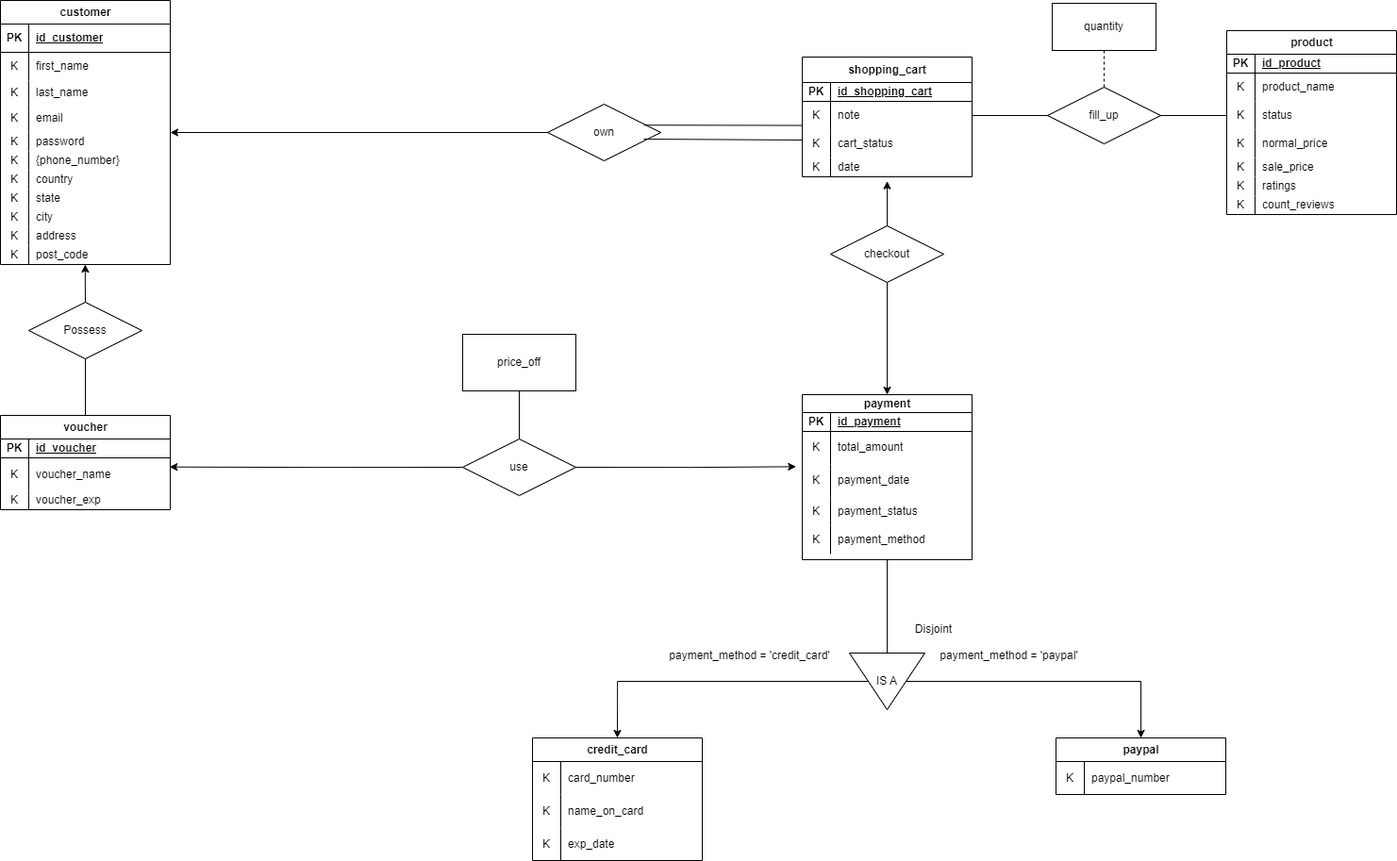
Above: Data Storing/design/ERD_Kokoro.png in wargabasdat/Seleksi-2023-Tugas-1 (draw.io), before the change. Source tidied: cells renumbered, new cells last; positions are measured from the earlier drawing's top-left corner, leaving out a move shared by most shapes.
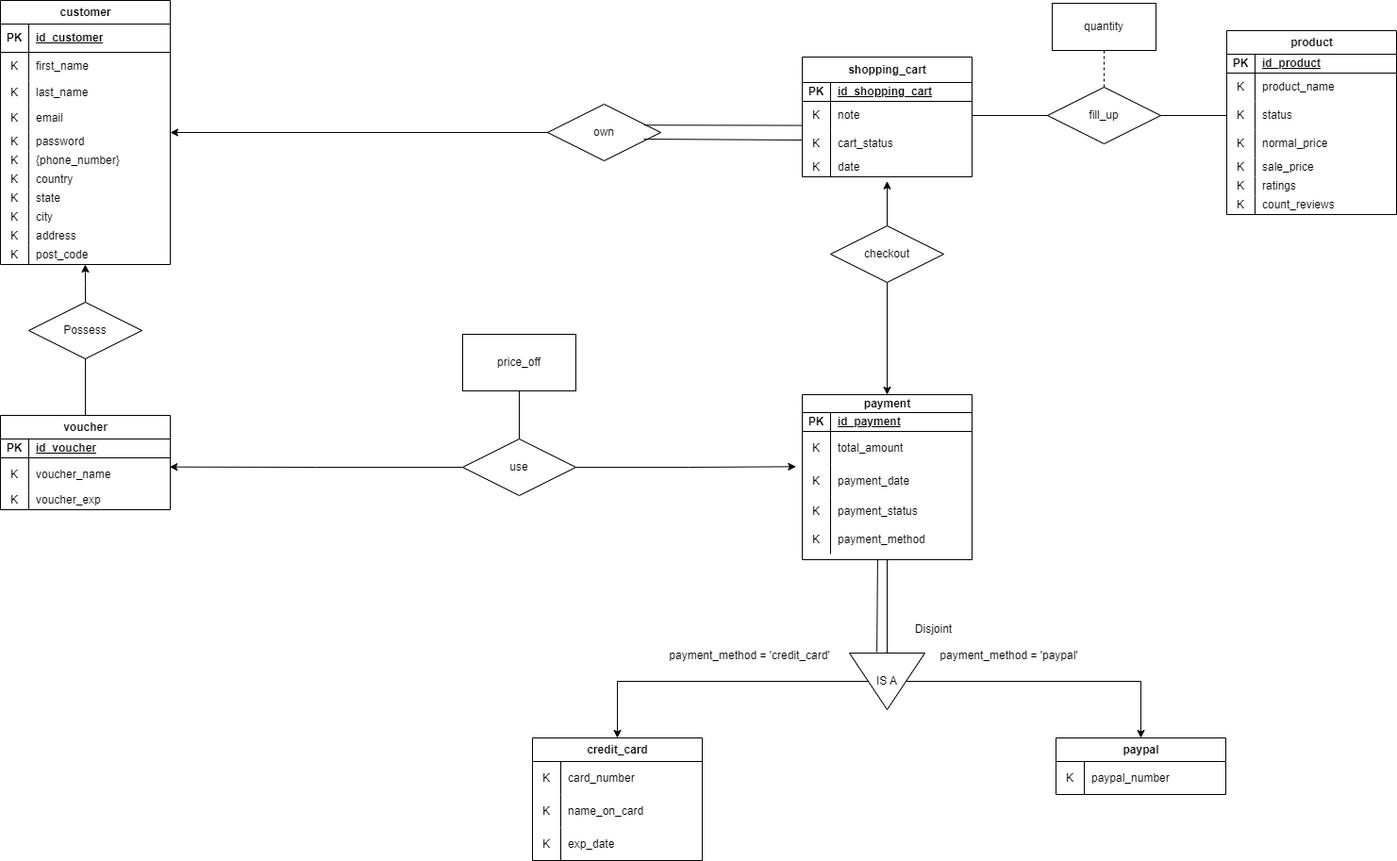
After the change.

Diff of the diagram source:
```diff
@@ -417,5 +417,8 @@
     <mxCell id="137" style="endArrow=none;html=1;rounded=0;exitX=0.5;exitY=0;exitDx=0;exitDy=0;entryX=0.5;entryY=1;entryDx=0;entryDy=0;" parent="1" edge="1" source="134" target="136">
       <mxGeometry relative="1" as="geometry" />
     </mxCell>
+    <mxCell id="138" style="endArrow=none;html=1;rounded=0;entryX=0.444;entryY=1.18;entryDx=0;entryDy=0;entryPerimeter=0;exitX=-0.02;exitY=0.636;exitDx=0;exitDy=0;exitPerimeter=0;" parent="1" edge="1" source="101" target="93">
+      <mxGeometry relative="1" as="geometry" />
+    </mxCell>
   </root>
 </mxGraphModel>
```
